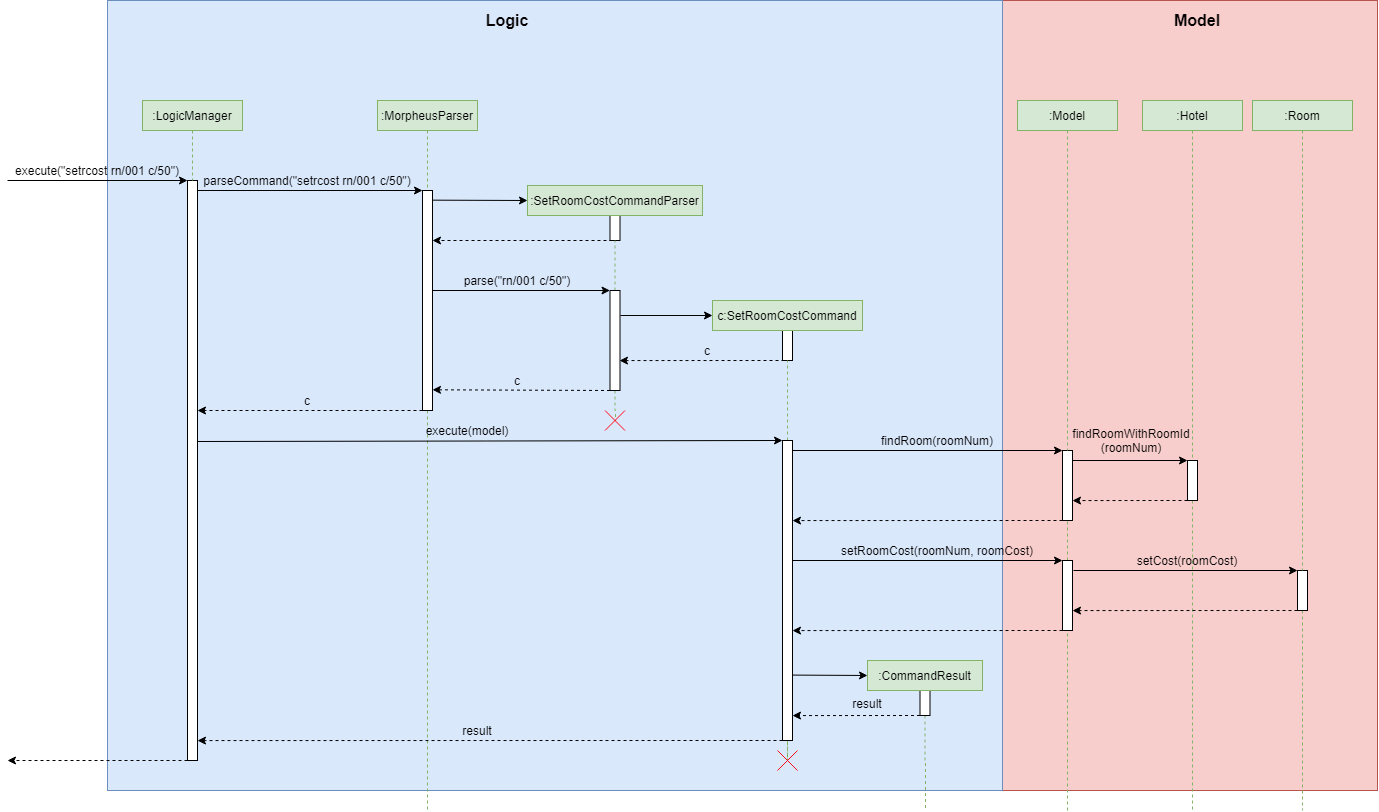
The draw.io diagram docs/images/SetRoomCostSequenceDiagram.png in tanphatls987/main, before a commit. Source tidied: cells renumbered, new cells last; positions are measured from the earlier drawing's top-left corner, leaving out a move shared by most shapes.
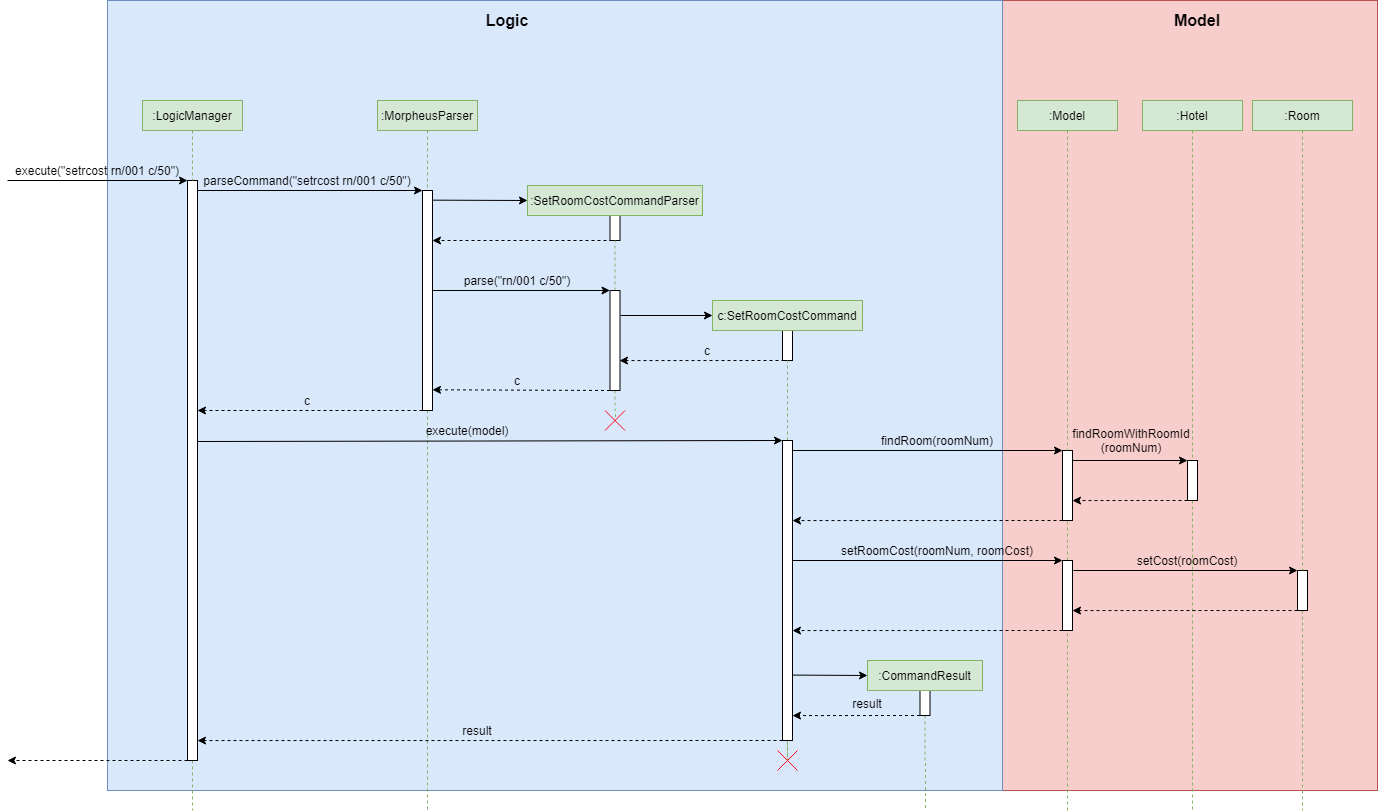
After the change.

Commit message:
Added billing class diagram in DG

What changed in the source:
```diff
@@ -8,6 +8,11 @@
     <mxCell id="3" style="rounded=0;whiteSpace=wrap;html=1;fillColor=#dae8fc;strokeColor=#6c8ebf;" parent="1" vertex="1">
       <mxGeometry x="100" width="895" height="790" as="geometry" />
     </mxCell>
+    <mxCell id="80" style="edgeStyle=orthogonalEdgeStyle;rounded=0;jettySize=auto;html=1;endArrow=none;endFill=0;dashed=1;fillColor=#d5e8d4;strokeColor=#82b366;" parent="1" edge="1" source="4">
+      <mxGeometry relative="1" as="geometry">
+        <mxPoint x="185" y="810" as="targetPoint" />
+      </mxGeometry>
+    </mxCell>
     <mxCell id="4" style="rounded=0;whiteSpace=wrap;html=1;" parent="1" vertex="1">
       <mxGeometry x="180" y="180" width="10" height="580" as="geometry" />
     </mxCell>
```
